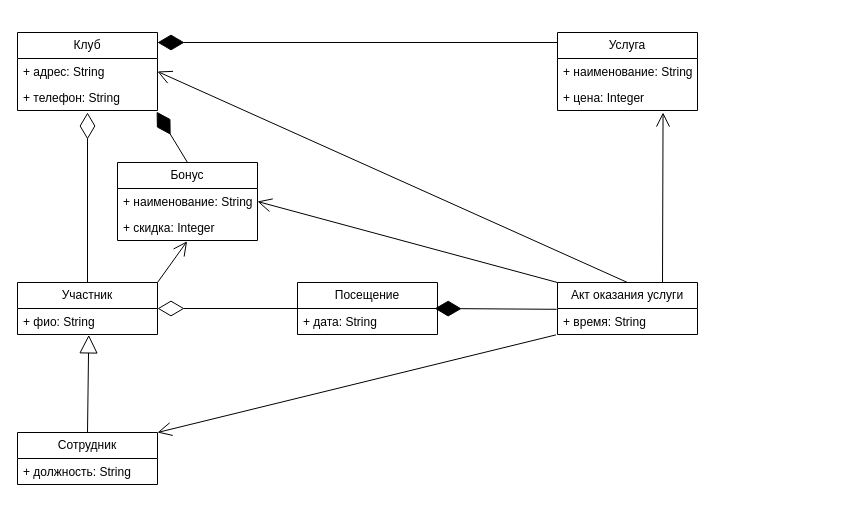
The draw.io diagram page "МПО" (1 of 3) of Lab_1/Lab_1.drawio in 4lnULpGkuW/OOAD, before the edit. Source tidied: cells renumbered, new cells numbered last; positions are measured from the earlier drawing's top-left corner, leaving out a move shared by most shapes. Both pictures are drawn from the tidied source at 100%, with x=0, y=0 at pixel (17, 32).
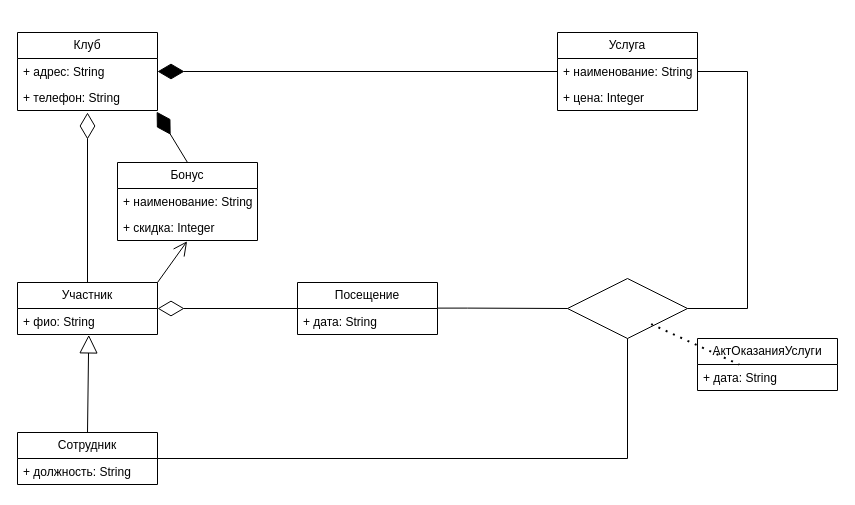
After the change.

The change refers to these unchanged cells:
```xml
<mxCell id="2" value="Участник" style="swimlane;fontStyle=0;horizontal=1;startSize=26;fillColor=none;whiteSpace=wrap;html=1;" parent="1" vertex="1">
  <mxGeometry y="250" width="140" height="52" as="geometry" />
</mxCell>
<mxCell id="5" value="+ адрес: String" style="text;strokeColor=none;fillColor=none;align=left;verticalAlign=top;spacingLeft=4;spacingRight=4;overflow=hidden;points=[[0,0.5],[1,0.5]];portConstraint=eastwest;whiteSpace=wrap;html=1;" parent="4" vertex="1">
  <mxGeometry y="26" width="140" height="26" as="geometry" />
</mxCell>
<mxCell id="7" value="Сотрудник" style="swimlane;fontStyle=0;horizontal=1;startSize=26;fillColor=none;whiteSpace=wrap;html=1;" parent="1" vertex="1">
  <mxGeometry y="400" width="140" height="52" as="geometry" />
</mxCell>
<mxCell id="9" value="Услуга" style="swimlane;fontStyle=0;horizontal=1;startSize=26;fillColor=none;whiteSpace=wrap;html=1;" parent="1" vertex="1">
  <mxGeometry x="540" width="140" height="78" as="geometry" />
</mxCell>
<mxCell id="11" value="+ цена: Integer" style="text;strokeColor=none;fillColor=none;align=left;verticalAlign=top;spacingLeft=4;spacingRight=4;overflow=hidden;points=[[0,0.5],[1,0.5]];portConstraint=eastwest;whiteSpace=wrap;html=1;" parent="9" vertex="1">
  <mxGeometry y="52" width="140" height="26" as="geometry" />
</mxCell>
<mxCell id="12" value="Бонус" style="swimlane;fontStyle=0;horizontal=1;startSize=26;fillColor=none;whiteSpace=wrap;html=1;" parent="1" vertex="1">
  <mxGeometry x="100" y="130" width="140" height="78" as="geometry" />
</mxCell>
<mxCell id="17" value="Посещение" style="swimlane;fontStyle=0;horizontal=1;startSize=26;fillColor=none;whiteSpace=wrap;html=1;" parent="1" vertex="1">
  <mxGeometry x="280" y="250" width="140" height="52" as="geometry" />
</mxCell>
```

What changed in the source:
```diff
@@
-    <mxCell id="10" value="+ наименование: String" style="text;strokeColor=none;fillColor=none;align=left;verticalAlign=top;spacingLeft=4;spacingRight=4;overflow=hidden;whiteSpace=wrap;html=1;" parent="9" vertex="1">
-      <mxGeometry y="26" width="140" height="26" as="geometry" />
-    </mxCell>
+    <mxCell id="30" value="+ наименование: String" style="text;strokeColor=none;fillColor=none;align=left;verticalAlign=top;spacingLeft=4;spacingRight=4;overflow=hidden;points=[[0,0.5],[1,0.5]];portConstraint=eastwest;whiteSpace=wrap;html=1;" parent="9" vertex="1">
+      <mxGeometry y="26" width="140" height="26" as="geometry" />
+    </mxCell>
@@
-    <mxCell id="13" value="+ наименование: String" style="text;strokeColor=none;fillColor=none;align=left;verticalAlign=top;spacingLeft=4;spacingRight=4;overflow=hidden;points=[[0,0.5],[1,0.5]];portConstraint=eastwest;whiteSpace=wrap;html=1;" parent="12" vertex="1">
-      <mxGeometry y="26" width="140" height="26" as="geometry" />
-    </mxCell>
+    <mxCell id="31" value="+ наименование: String" style="text;strokeColor=none;fillColor=none;align=left;verticalAlign=top;spacingLeft=4;spacingRight=4;overflow=hidden;whiteSpace=wrap;html=1;" parent="12" vertex="1">
+      <mxGeometry y="26" width="140" height="26" as="geometry" />
+    </mxCell>
@@
-    <mxCell id="15" style="endArrow=diamondThin;endFill=0;endSize=24;html=1;rounded=0;exitX=0.5;exitY=0;exitDx=0;exitDy=0;" parent="1" edge="1" source="2">
-      <mxGeometry relative="1" as="geometry">
-        <mxPoint x="70" y="80" as="targetPoint" />
-      </mxGeometry>
-    </mxCell>
+    <mxCell id="32" style="endArrow=diamondThin;endFill=0;endSize=24;html=1;rounded=0;exitX=0.5;exitY=0;exitDx=0;exitDy=0;" parent="1" edge="1" source="2">
+      <mxGeometry relative="1" as="geometry">
+        <mxPoint x="70" y="80" as="targetPoint" />
+      </mxGeometry>
+    </mxCell>
@@
-    <mxCell id="18" value="+ дата: String" style="text;strokeColor=none;fillColor=none;align=left;verticalAlign=top;spacingLeft=4;spacingRight=4;overflow=hidden;points=[[0,0.5],[1,0.5]];portConstraint=eastwest;whiteSpace=wrap;html=1;" parent="17" vertex="1">
-      <mxGeometry y="26" width="140" height="26" as="geometry" />
-    </mxCell>
+    <mxCell id="33" value="+ дата: String" style="text;strokeColor=none;fillColor=none;align=left;verticalAlign=top;spacingLeft=4;spacingRight=4;overflow=hidden;points=[[0,0.5],[1,0.5]];portConstraint=eastwest;whiteSpace=wrap;html=1;" parent="17" vertex="1">
+      <mxGeometry y="26" width="140" height="26" as="geometry" />
+    </mxCell>
@@
-    <mxCell id="20" value="Акт оказания услуги" style="swimlane;fontStyle=0;horizontal=1;startSize=26;fillColor=none;whiteSpace=wrap;html=1;" parent="1" vertex="1">
-      <mxGeometry x="540" y="250" width="140" height="52" as="geometry" />
-    </mxCell>
-    <mxCell id="21" value="+ время: String" style="text;strokeColor=none;fillColor=none;align=left;verticalAlign=top;spacingLeft=4;spacingRight=4;overflow=hidden;points=[[0,0.5],[1,0.5]];portConstraint=eastwest;whiteSpace=wrap;html=1;" parent="20" vertex="1">
-      <mxGeometry y="26" width="140" height="26" as="geometry" />
-    </mxCell>
-    <mxCell id="22" style="endArrow=diamondThin;endFill=1;endSize=24;html=1;rounded=0;entryX=0.98;entryY=0;entryDx=0;entryDy=0;entryPerimeter=0;exitX=-0.006;exitY=0.031;exitDx=0;exitDy=0;exitPerimeter=0;" parent="1" edge="1" source="21" target="18">
-      <mxGeometry relative="1" as="geometry" />
-    </mxCell>
@@
-    <mxCell id="24" style="endArrow=diamondThin;endFill=1;endSize=24;html=1;rounded=0;entryX=1;entryY=0.5;entryDx=0;entryDy=0;exitX=0;exitY=0.5;exitDx=0;exitDy=0;" parent="1" edge="1">
-      <mxGeometry relative="1" as="geometry">
-        <mxPoint x="540" y="10" as="sourcePoint" />
-        <mxPoint x="140" y="10" as="targetPoint" />
-      </mxGeometry>
-    </mxCell>
-    <mxCell id="25" style="endArrow=open;endFill=1;endSize=12;html=1;rounded=0;entryX=1;entryY=0;entryDx=0;entryDy=0;exitX=-0.011;exitY=1.015;exitDx=0;exitDy=0;exitPerimeter=0;" parent="1" edge="1" source="21" target="7">
-      <mxGeometry relative="1" as="geometry" />
-    </mxCell>
-    <mxCell id="26" style="endArrow=open;endFill=1;endSize=12;html=1;rounded=0;entryX=1;entryY=0.5;entryDx=0;entryDy=0;exitX=0.5;exitY=0;exitDx=0;exitDy=0;" parent="1" edge="1" source="20" target="5">
-      <mxGeometry relative="1" as="geometry" />
-    </mxCell>
-    <mxCell id="27" style="endArrow=open;endFill=1;endSize=12;html=1;rounded=0;exitX=0.75;exitY=0;exitDx=0;exitDy=0;entryX=0.754;entryY=1.077;entryDx=0;entryDy=0;entryPerimeter=0;" parent="1" edge="1" source="20" target="11">
-      <mxGeometry relative="1" as="geometry" />
-    </mxCell>
-    <mxCell id="28" style="endArrow=open;endFill=1;endSize=12;html=1;rounded=0;entryX=1;entryY=0.5;entryDx=0;entryDy=0;exitX=0;exitY=0;exitDx=0;exitDy=0;" parent="1" edge="1" source="20" target="13">
-      <mxGeometry relative="1" as="geometry" />
-    </mxCell>
+    <mxCell id="34" style="endArrow=diamondThin;endFill=1;endSize=24;html=1;rounded=0;entryX=1;entryY=0.5;entryDx=0;entryDy=0;exitX=0;exitY=0.5;exitDx=0;exitDy=0;" parent="1" edge="1" source="30" target="5">
+      <mxGeometry relative="1" as="geometry" />
+    </mxCell>
@@
+    <mxCell id="35" style="shape=rhombus;perimeter=rhombusPerimeter;whiteSpace=wrap;html=1;align=center;" parent="1" vertex="1">
+      <mxGeometry x="550" y="246" width="120" height="60" as="geometry" />
+    </mxCell>
+    <mxCell id="36" style="endArrow=none;html=1;edgeStyle=orthogonalEdgeStyle;rounded=0;exitX=1;exitY=0.5;exitDx=0;exitDy=0;entryX=0.5;entryY=1;entryDx=0;entryDy=0;" parent="1" edge="1" source="7" target="35">
+      <mxGeometry relative="1" as="geometry" />
+    </mxCell>
+    <mxCell id="37" style="endArrow=none;html=1;edgeStyle=orthogonalEdgeStyle;rounded=0;entryX=1;entryY=0.5;entryDx=0;entryDy=0;exitX=1;exitY=0.5;exitDx=0;exitDy=0;" parent="1" edge="1" source="35" target="30">
+      <mxGeometry relative="1" as="geometry">
+        <Array as="points">
+          <mxPoint x="730" y="276" />
+          <mxPoint x="730" y="39" />
+        </Array>
+      </mxGeometry>
+    </mxCell>
+    <mxCell id="38" style="endArrow=none;html=1;edgeStyle=orthogonalEdgeStyle;rounded=0;entryX=0;entryY=0.5;entryDx=0;entryDy=0;exitX=1;exitY=-0.015;exitDx=0;exitDy=0;exitPerimeter=0;" parent="1" edge="1" source="33" target="35">
+      <mxGeometry relative="1" as="geometry">
+        <Array as="points">
+          <mxPoint x="450" y="276" />
+          <mxPoint x="450" y="276" />
+        </Array>
+      </mxGeometry>
+    </mxCell>
+    <mxCell id="39" value="АктОказанияУслуги" style="swimlane;fontStyle=0;horizontal=1;startSize=26;fillColor=none;whiteSpace=wrap;html=1;" parent="1" vertex="1">
+      <mxGeometry x="680" y="306" width="140" height="52" as="geometry" />
+    </mxCell>
+    <mxCell id="40" value="+ дата: String" style="text;strokeColor=none;fillColor=none;align=left;verticalAlign=top;spacingLeft=4;spacingRight=4;overflow=hidden;points=[[0,0.5],[1,0.5]];portConstraint=eastwest;whiteSpace=wrap;html=1;" parent="39" vertex="1">
+      <mxGeometry y="26" width="140" height="26" as="geometry" />
+    </mxCell>
+    <mxCell id="41" style="endArrow=none;dashed=1;html=1;dashPattern=1 3;strokeWidth=2;rounded=0;exitX=0.697;exitY=0.76;exitDx=0;exitDy=0;exitPerimeter=0;" parent="1" edge="1" source="35" target="40">
+      <mxGeometry relative="1" as="geometry" />
+    </mxCell>
```
